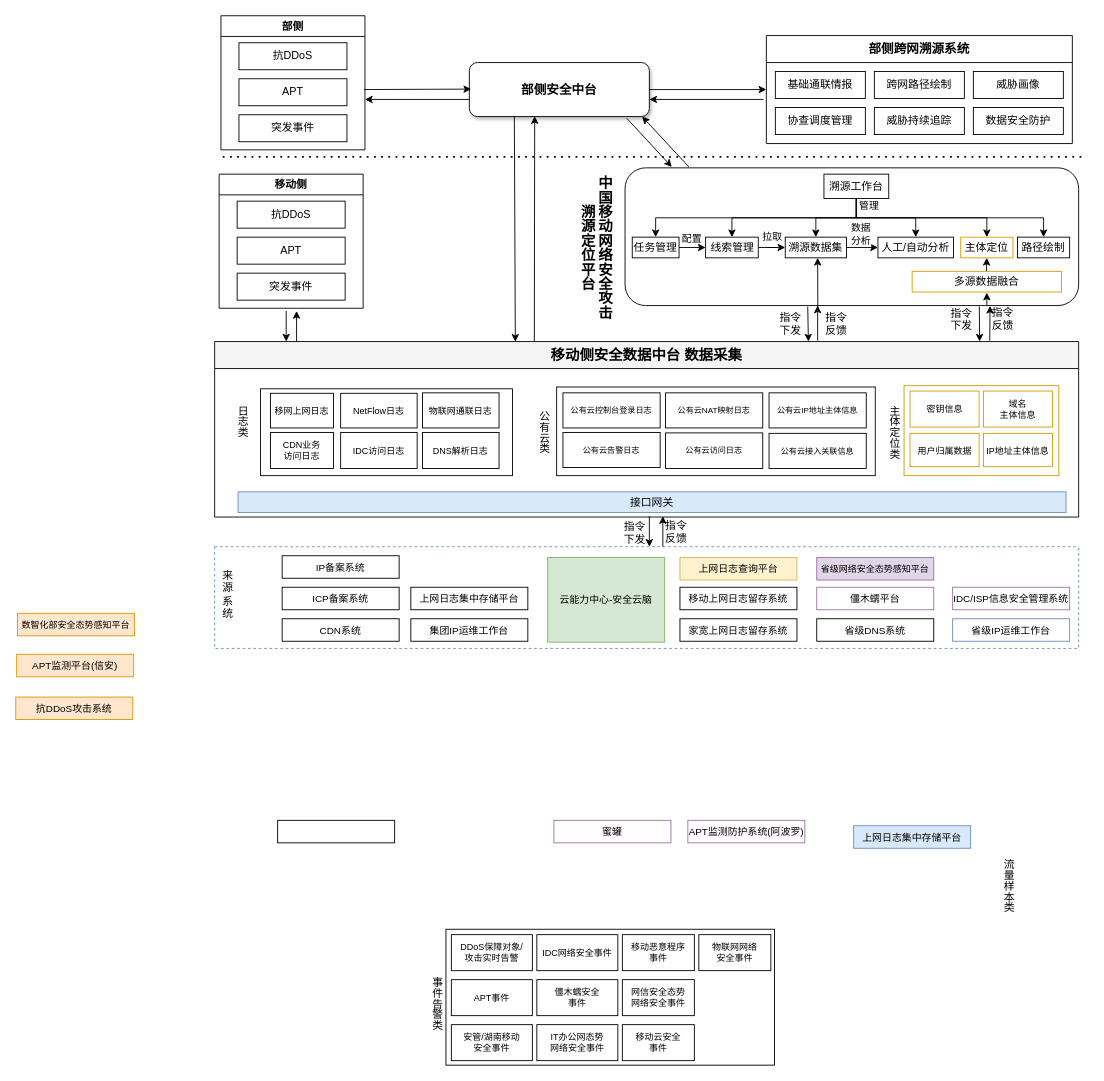
asdlijinquan/- keeps this draw.io diagram as page "第 6 页" (6 of 6) of JhbPpt.drawio. Above is the earlier version. Source tidied: cells renumbered, new cells numbered last; positions are measured from the earlier drawing's top-left corner, leaving out a move shared by most shapes. Both pictures are drawn from the tidied source at 90%, with x=0, y=0 at pixel (15, 15).
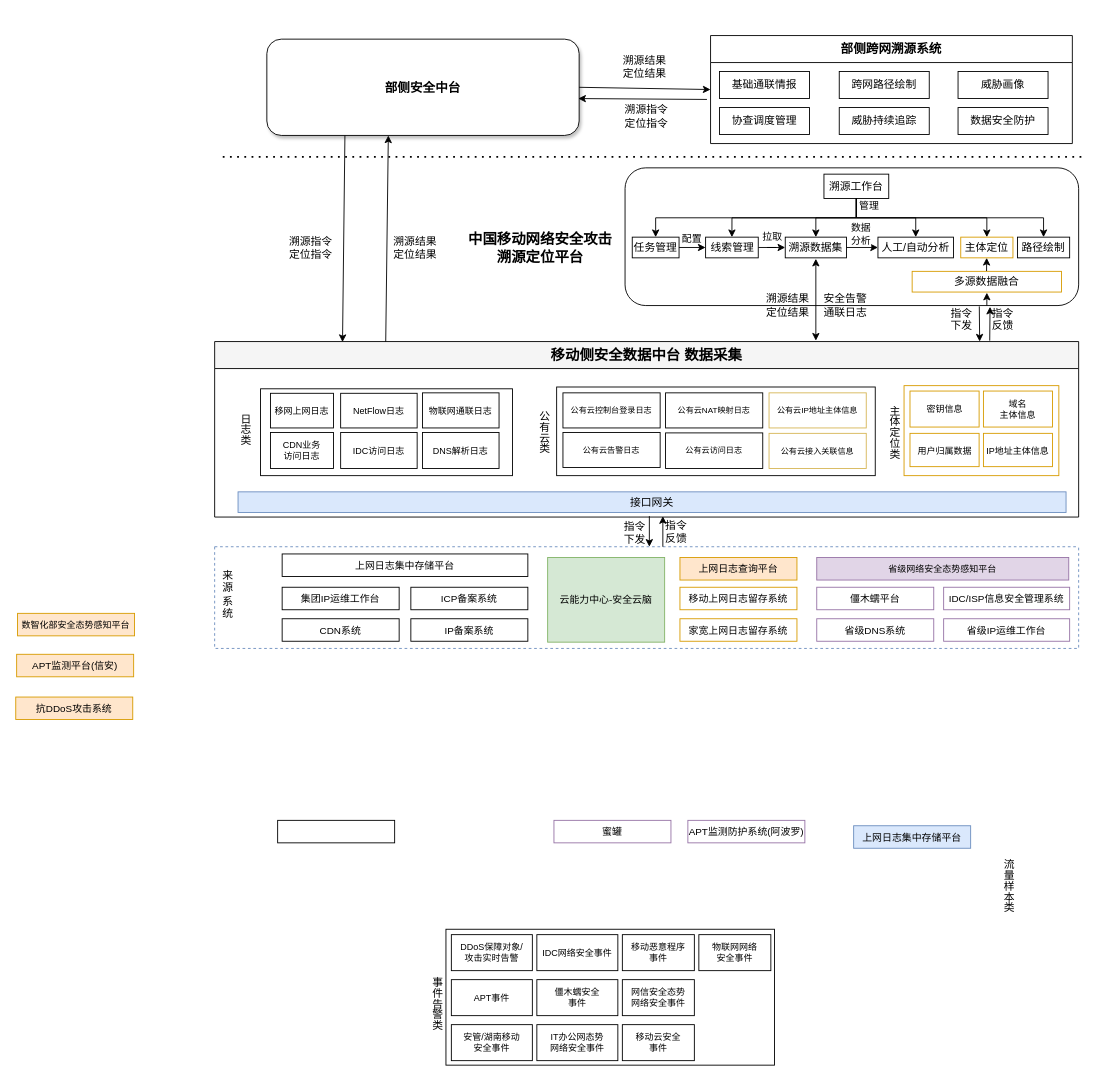
The same diagram, later.

The change refers to these unchanged cells:
```xml
<mxCell id="2" style="swimlane;whiteSpace=wrap;html=1;startSize=0;dashed=1;fillColor=none;strokeColor=#6c8ebf;" parent="1" vertex="1">
  <mxGeometry x="221" y="590" width="960" height="113" as="geometry" />
</mxCell>
<mxCell id="31" style="rounded=1;whiteSpace=wrap;html=1;fontSize=16;fontStyle=1;" parent="1" vertex="1">
  <mxGeometry x="677" y="169" width="504" height="153" as="geometry" />
</mxCell>
<mxCell id="32" value="移动侧安全数据中台    数据采集" style="swimlane;whiteSpace=wrap;html=1;startSize=30;fillColor=#f5f5f5;fontStyle=1;fontSize=16;align=center;" parent="1" vertex="1">
  <mxGeometry x="221" y="362" width="960" height="195" as="geometry" />
</mxCell>
```

Diff of the diagram source:
```diff
@@
-    <mxCell id="4" value="省级IP运维工作台" style="rounded=0;whiteSpace=wrap;html=1;fontSize=11;fillColor=none;strokeColor=#6c8ebf;" parent="2" vertex="1">
-      <mxGeometry x="820" y="80" width="130" height="25" as="geometry" />
+    <mxCell id="4" value="省级IP运维工作台" style="rounded=0;whiteSpace=wrap;html=1;fontSize=11;fillColor=none;strokeColor=#9673a6;" parent="2" vertex="1">
+      <mxGeometry x="810" y="80" width="140" height="25" as="geometry" />
     </mxCell>
     <mxCell id="5" value="IP备案系统" style="rounded=0;whiteSpace=wrap;html=1;fontSize=11;" parent="2" vertex="1">
-      <mxGeometry x="75" y="10" width="130" height="25" as="geometry" />
+      <mxGeometry x="218" y="80" width="130" height="25" as="geometry" />
     </mxCell>
@@
     <mxCell id="7" value="IDC/ISP信息安全管理系统" style="rounded=0;whiteSpace=wrap;html=1;fontSize=11;fillColor=none;strokeColor=#9673a6;" parent="2" vertex="1">
-      <mxGeometry x="820" y="45" width="130" height="25" as="geometry" />
+      <mxGeometry x="810" y="45" width="140" height="25" as="geometry" />
     </mxCell>
-    <mxCell id="8" value="上网日志查询平台" style="rounded=0;whiteSpace=wrap;html=1;fontSize=11;fillColor=#fff2cc;strokeColor=#d6b656;" parent="2" vertex="1">
+    <mxCell id="8" value="上网日志查询平台" style="rounded=0;whiteSpace=wrap;html=1;fontSize=11;fillColor=#ffe6cc;strokeColor=#d79b00;" parent="2" vertex="1">
       <mxGeometry x="517" y="12" width="130" height="25" as="geometry" />
     </mxCell>
     <mxCell id="9" value="集团IP运维工作台" style="rounded=0;whiteSpace=wrap;html=1;fontSize=11;" parent="2" vertex="1">
-      <mxGeometry x="218" y="80" width="130" height="25" as="geometry" />
+      <mxGeometry x="75" y="45" width="130" height="25" as="geometry" />
     </mxCell>
-    <mxCell id="10" value="移动上网日志留存系统" style="rounded=0;whiteSpace=wrap;html=1;fontSize=11;" parent="2" vertex="1">
+    <mxCell id="10" value="移动上网日志留存系统" style="rounded=0;whiteSpace=wrap;html=1;fontSize=11;fillColor=none;strokeColor=#d79b00;" parent="2" vertex="1">
       <mxGeometry x="517" y="45" width="130" height="25" as="geometry" />
     </mxCell>
-    <mxCell id="11" value="ICP备案系统" style="rounded=0;whiteSpace=wrap;html=1;fontSize=11;" parent="2" vertex="1">
-      <mxGeometry x="75" y="45" width="130" height="25" as="geometry" />
-    </mxCell>
@@
     <mxCell id="13" value="上网日志集中存储平台" style="rounded=0;whiteSpace=wrap;html=1;fontSize=11;" parent="2" vertex="1">
-      <mxGeometry x="218" y="45" width="130" height="25" as="geometry" />
+      <mxGeometry x="75" y="8" width="273" height="25" as="geometry" />
     </mxCell>
-    <mxCell id="14" value="家宽上网日志留存系统" style="rounded=0;whiteSpace=wrap;html=1;fontSize=11;" parent="2" vertex="1">
+    <mxCell id="14" value="家宽上网日志留存系统" style="rounded=0;whiteSpace=wrap;html=1;fontSize=11;fillColor=none;strokeColor=#d79b00;" parent="2" vertex="1">
       <mxGeometry x="517" y="80" width="130" height="25" as="geometry" />
     </mxCell>
@@
     <mxCell id="16" value="省级网络安全态势感知平台" style="rounded=0;whiteSpace=wrap;html=1;fontSize=10;fillColor=#e1d5e7;strokeColor=#9673a6;" parent="2" vertex="1">
-      <mxGeometry x="669" y="12" width="130" height="25" as="geometry" />
+      <mxGeometry x="669" y="12" width="280" height="25" as="geometry" />
     </mxCell>
-    <mxCell id="17" value="省级DNS系统" style="rounded=0;whiteSpace=wrap;html=1;fontSize=11;" parent="2" vertex="1">
+    <mxCell id="17" value="省级DNS系统" style="rounded=0;whiteSpace=wrap;html=1;fontSize=11;fillColor=none;strokeColor=#9673a6;" parent="2" vertex="1">
       <mxGeometry x="669" y="80" width="130" height="25" as="geometry" />
     </mxCell>
-    <mxCell id="18" value="部侧" style="swimlane;whiteSpace=wrap;html=1;startSize=23;" parent="1" vertex="1">
-      <mxGeometry x="228" width="160" height="149" as="geometry" />
-    </mxCell>
-    <mxCell id="19" value="抗DDoS" style="rounded=0;whiteSpace=wrap;html=1;" parent="18" vertex="1">
-      <mxGeometry x="20" y="30" width="120" height="30" as="geometry" />
-    </mxCell>
-    <mxCell id="20" value="APT" style="rounded=0;whiteSpace=wrap;html=1;" parent="18" vertex="1">
-      <mxGeometry x="20" y="70" width="120" height="30" as="geometry" />
-    </mxCell>
-    <mxCell id="21" value="突发事件" style="rounded=0;whiteSpace=wrap;html=1;" parent="18" vertex="1">
-      <mxGeometry x="20" y="110" width="120" height="30" as="geometry" />
-    </mxCell>
+    <mxCell id="11" value="ICP备案系统" style="rounded=0;whiteSpace=wrap;html=1;fontSize=11;" parent="2" vertex="1">
+      <mxGeometry x="218" y="45" width="130" height="25" as="geometry" />
+    </mxCell>
     <mxCell id="22" value="部侧安全中台" style="rounded=1;whiteSpace=wrap;html=1;shadow=1;fontStyle=1;fontSize=14;" parent="1" vertex="1">
-      <mxGeometry x="504" y="52" width="200" height="60" as="geometry" />
+      <mxGeometry x="279" y="26" width="347" height="107" as="geometry" />
     </mxCell>
     <mxCell id="23" value="部侧跨网溯源系统" style="swimlane;whiteSpace=wrap;html=1;startSize=30;fontSize=14;" parent="1" vertex="1">
-      <mxGeometry x="834" y="22" width="340" height="120" as="geometry" />
+      <mxGeometry x="772" y="22" width="402" height="120" as="geometry" />
     </mxCell>
@@
     <mxCell id="25" value="跨网路径绘制" style="rounded=0;whiteSpace=wrap;html=1;" parent="23" vertex="1">
-      <mxGeometry x="120" y="40" width="100" height="30" as="geometry" />
+      <mxGeometry x="143" y="40" width="100" height="30" as="geometry" />
     </mxCell>
     <mxCell id="26" value="威胁画像" style="rounded=0;whiteSpace=wrap;html=1;" parent="23" vertex="1">
-      <mxGeometry x="230" y="40" width="100" height="30" as="geometry" />
+      <mxGeometry x="275" y="40" width="100" height="30" as="geometry" />
     </mxCell>
@@
     <mxCell id="28" value="威胁持续追踪" style="rounded=0;whiteSpace=wrap;html=1;" parent="23" vertex="1">
-      <mxGeometry x="120" y="80" width="100" height="30" as="geometry" />
+      <mxGeometry x="143" y="80" width="100" height="30" as="geometry" />
     </mxCell>
     <mxCell id="29" value="数据安全防护" style="rounded=0;whiteSpace=wrap;html=1;" parent="23" vertex="1">
-      <mxGeometry x="230" y="80" width="100" height="30" as="geometry" />
+      <mxGeometry x="275" y="80" width="100" height="30" as="geometry" />
     </mxCell>
@@
-    <mxCell id="36" value="公有云IP地址主体信息" style="rounded=0;whiteSpace=wrap;html=1;fontSize=9;" parent="32" vertex="1">
+    <mxCell id="36" value="公有云IP地址主体信息" style="rounded=0;whiteSpace=wrap;html=1;fontSize=9;fillColor=none;strokeColor=#d6b656;" parent="32" vertex="1">
       <mxGeometry x="616" y="57" width="108" height="39" as="geometry" />
     </mxCell>
-    <mxCell id="37" value="公有云接入关联信息" style="rounded=0;whiteSpace=wrap;html=1;fontSize=9;" parent="32" vertex="1">
+    <mxCell id="37" value="公有云接入关联信息" style="rounded=0;whiteSpace=wrap;html=1;fontSize=9;fillColor=none;strokeColor=#d6b656;" parent="32" vertex="1">
       <mxGeometry x="616" y="102" width="108" height="39" as="geometry" />
     </mxCell>
@@
     <mxCell id="50" value="日志类" style="text;html=1;strokeColor=none;fillColor=none;align=center;verticalAlign=middle;whiteSpace=wrap;rounded=0;rotation=0;direction=south;textDirection=vertical-lr;" parent="32" vertex="1">
-      <mxGeometry x="19" y="57" width="22" height="64" as="geometry" />
+      <mxGeometry x="22" y="65.5" width="22" height="64" as="geometry" />
     </mxCell>
@@
-    <mxCell id="57" style="endArrow=none;startArrow=classic;html=1;entryX=0;entryY=0.5;endFill=0;" parent="1" edge="1">
-      <mxGeometry relative="1" as="geometry">
-        <mxPoint x="388" y="93" as="sourcePoint" />
-        <mxPoint x="504" y="93" as="targetPoint" />
-      </mxGeometry>
-    </mxCell>
@@
-    <mxCell id="59" style="endArrow=none;startArrow=classic;html=1;exitX=0.67;exitY=0;entryX=0.37;entryY=1.008;entryDx=0;entryDy=0;entryPerimeter=0;endFill=0;" parent="1" edge="1">
-      <mxGeometry relative="1" as="geometry">
-        <mxPoint x="880.7" y="362" as="sourcePoint" />
-        <mxPoint x="880" y="323.2" as="targetPoint" />
-      </mxGeometry>
-    </mxCell>
-    <mxCell id="60" value="&lt;span style=&quot;color: rgb(0, 0, 0); font-family: Helvetica; font-size: 16px; font-style: normal; font-variant-ligatures: normal; font-variant-caps: normal; font-weight: 700; letter-spacing: normal; orphans: 2; text-indent: 0px; text-transform: none; widows: 2; word-spacing: 0px; -webkit-text-stroke-width: 0px; white-space: normal; text-decoration-thickness: initial; text-decoration-style: initial; text-decoration-color: initial; float: none; display: inline !important;&quot;&gt;中国移动网络安全攻击溯源定位平台&lt;/span&gt;" style="text;whiteSpace=wrap;html=1;textDirection=vertical-rl;align=center;verticalAlign=middle;shadow=0;labelBackgroundColor=none;" parent="1" vertex="1">
-      <mxGeometry x="622" y="173.5" width="44" height="168" as="geometry" />
+    <mxCell id="60" value="&lt;span style=&quot;color: rgb(0, 0, 0); font-family: Helvetica; font-size: 16px; font-style: normal; font-variant-ligatures: normal; font-variant-caps: normal; font-weight: 700; letter-spacing: normal; orphans: 2; text-indent: 0px; text-transform: none; widows: 2; word-spacing: 0px; -webkit-text-stroke-width: 0px; white-space: normal; text-decoration-thickness: initial; text-decoration-style: initial; text-decoration-color: initial; float: none; display: inline !important;&quot;&gt;中国移动网络安全攻击溯源定位平台&lt;/span&gt;" style="text;whiteSpace=wrap;html=1;align=center;verticalAlign=middle;shadow=0;labelBackgroundColor=none;flipH=1;" parent="1" vertex="1">
+      <mxGeometry x="500" y="173.5" width="166" height="168" as="geometry" />
     </mxCell>
@@
-    <mxCell id="79" value="指令下发" style="text;whiteSpace=wrap;html=1;" parent="1" vertex="1">
-      <mxGeometry x="847" y="322" width="29.8" height="36" as="geometry" />
-    </mxCell>
@@
-    <mxCell id="81" style="endArrow=classic;html=1;rounded=0;" parent="1" edge="1">
-      <mxGeometry relative="1" as="geometry">
-        <mxPoint x="891" y="361" as="sourcePoint" />
-        <mxPoint x="891" y="322" as="targetPoint" />
-      </mxGeometry>
-    </mxCell>
-    <mxCell id="82" value="指令反馈" style="text;whiteSpace=wrap;html=1;" parent="1" vertex="1">
-      <mxGeometry x="898" y="322" width="29.8" height="36" as="geometry" />
-    </mxCell>
@@
     <mxCell id="84" value="指令反馈" style="text;whiteSpace=wrap;html=1;fontColor=light-dark(#000000,#EDEDED);" parent="1" vertex="1">
-      <mxGeometry x="1083.2" y="316" width="29.8" height="36" as="geometry" />
+      <mxGeometry x="1083.2" y="317" width="29.8" height="36" as="geometry" />
     </mxCell>
@@
-    <mxCell id="88" style="endArrow=classic;html=1;rounded=0;exitX=0.425;exitY=1.015;exitDx=0;exitDy=0;exitPerimeter=0;" parent="1" edge="1" source="31">
+    <mxCell id="88" style="endArrow=classic;html=1;rounded=0;startArrow=classic;startFill=1;" parent="1" edge="1">
       <mxGeometry relative="1" as="geometry">
-        <mxPoint x="891" y="269" as="targetPoint" />
+        <mxPoint x="889" y="361" as="sourcePoint" />
+        <mxPoint x="889" y="270" as="targetPoint" />
       </mxGeometry>
     </mxCell>
-    <mxCell id="89" style="endArrow=none;startArrow=classic;html=1;exitX=0.348;exitY=0.001;entryX=0.25;entryY=1;entryDx=0;entryDy=0;endFill=0;exitDx=0;exitDy=0;exitPerimeter=0;" parent="1" edge="1" source="32" target="22">
+    <mxCell id="89" style="endArrow=none;startArrow=classic;html=1;exitX=0.148;exitY=0.003;entryX=0.25;entryY=1;entryDx=0;entryDy=0;endFill=0;exitDx=0;exitDy=0;exitPerimeter=0;" parent="1" edge="1" source="32" target="22">
       <mxGeometry relative="1" as="geometry" />
     </mxCell>
-    <mxCell id="90" style="endArrow=classic;html=1;rounded=0;entryX=0.363;entryY=0.993;entryDx=0;entryDy=0;entryPerimeter=0;exitX=0.37;exitY=0.003;exitDx=0;exitDy=0;exitPerimeter=0;" parent="1" edge="1" source="32" target="22">
+    <mxCell id="90" style="endArrow=classic;html=1;rounded=0;exitX=0.198;exitY=0.001;exitDx=0;exitDy=0;exitPerimeter=0;entryX=0.389;entryY=1;entryDx=0;entryDy=0;entryPerimeter=0;" parent="1" edge="1" source="32" target="22">
       <mxGeometry relative="1" as="geometry" />
     </mxCell>
-    <mxCell id="91" style="endArrow=none;startArrow=classic;html=1;exitX=0.103;exitY=-0.007;endFill=0;exitDx=0;exitDy=0;exitPerimeter=0;" parent="1" edge="1" source="31">
-      <mxGeometry relative="1" as="geometry">
-        <mxPoint x="679" y="114" as="targetPoint" />
-      </mxGeometry>
-    </mxCell>
-    <mxCell id="92" style="endArrow=classic;html=1;rounded=0;entryX=0.96;entryY=1;entryDx=0;entryDy=0;entryPerimeter=0;" parent="1" edge="1" target="22">
-      <mxGeometry relative="1" as="geometry">
-        <mxPoint x="748" y="168" as="sourcePoint" />
-      </mxGeometry>
-    </mxCell>
@@
-    <mxCell id="95" style="endArrow=none;startArrow=classic;html=1;entryX=0.37;entryY=1.008;entryDx=0;entryDy=0;entryPerimeter=0;endFill=0;" parent="1" edge="1">
-      <mxGeometry relative="1" as="geometry">
-        <mxPoint x="300.5" y="362" as="sourcePoint" />
-        <mxPoint x="300.5" y="328" as="targetPoint" />
-      </mxGeometry>
-    </mxCell>
-    <mxCell id="96" style="endArrow=classic;html=1;rounded=0;" parent="1" edge="1">
-      <mxGeometry relative="1" as="geometry">
-        <mxPoint x="312" y="362" as="sourcePoint" />
-        <mxPoint x="312" y="328" as="targetPoint" />
-      </mxGeometry>
-    </mxCell>
-    <mxCell id="97" style="endArrow=none;startArrow=classic;html=1;endFill=0;" parent="1" edge="1">
+    <mxCell id="97" style="endArrow=none;startArrow=classic;html=1;endFill=0;exitX=0.997;exitY=0.617;exitDx=0;exitDy=0;exitPerimeter=0;" parent="1" edge="1" source="22">
       <mxGeometry relative="1" as="geometry">
-        <mxPoint x="704" y="93" as="sourcePoint" />
-        <mxPoint x="831" y="93" as="targetPoint" />
+        <mxPoint x="768" y="93" as="targetPoint" />
       </mxGeometry>
     </mxCell>
-    <mxCell id="98" style="endArrow=classic;startArrow=none;html=1;entryX=0;entryY=0.5;startFill=0;" parent="1" edge="1">
-      <mxGeometry relative="1" as="geometry">
-        <mxPoint x="387" y="82" as="sourcePoint" />
-        <mxPoint x="506" y="81.5" as="targetPoint" />
-      </mxGeometry>
-    </mxCell>
-    <mxCell id="99" value="移动侧" style="swimlane;whiteSpace=wrap;html=1;startSize=23;" parent="1" vertex="1">
-      <mxGeometry x="226" y="176" width="160" height="149" as="geometry" />
-    </mxCell>
-    <mxCell id="100" value="抗DDoS" style="rounded=0;whiteSpace=wrap;html=1;" parent="99" vertex="1">
-      <mxGeometry x="20" y="30" width="120" height="30" as="geometry" />
-    </mxCell>
-    <mxCell id="101" value="APT" style="rounded=0;whiteSpace=wrap;html=1;" parent="99" vertex="1">
-      <mxGeometry x="20" y="70" width="120" height="30" as="geometry" />
-    </mxCell>
-    <mxCell id="102" value="突发事件" style="rounded=0;whiteSpace=wrap;html=1;" parent="99" vertex="1">
-      <mxGeometry x="20" y="110" width="120" height="30" as="geometry" />
-    </mxCell>
@@
+    <mxCell id="125" value="溯源指令&lt;div&gt;定位指令&lt;/div&gt;" style="text;html=1;whiteSpace=wrap;strokeColor=none;fillColor=none;align=center;verticalAlign=middle;rounded=0;" parent="1" vertex="1">
+      <mxGeometry x="671" y="97" width="60" height="30" as="geometry" />
+    </mxCell>
+    <mxCell id="126" value="溯源结果&lt;div&gt;定位结果&lt;/div&gt;" style="text;html=1;whiteSpace=wrap;strokeColor=none;fillColor=none;align=center;verticalAlign=middle;rounded=0;" parent="1" vertex="1">
+      <mxGeometry x="669" y="42" width="60" height="30" as="geometry" />
+    </mxCell>
+    <mxCell id="127" value="溯源指令&lt;div&gt;定位指令&lt;/div&gt;" style="text;html=1;whiteSpace=wrap;strokeColor=none;fillColor=none;align=center;verticalAlign=middle;rounded=0;" parent="1" vertex="1">
+      <mxGeometry x="298" y="242.5" width="60" height="30" as="geometry" />
+    </mxCell>
+    <mxCell id="128" value="溯源结果&lt;div&gt;定位结果&lt;/div&gt;" style="text;html=1;whiteSpace=wrap;strokeColor=none;fillColor=none;align=center;verticalAlign=middle;rounded=0;" parent="1" vertex="1">
+      <mxGeometry x="414" y="242.5" width="60" height="30" as="geometry" />
+    </mxCell>
+    <mxCell id="129" value="溯源结果&lt;div&gt;定位结果&lt;/div&gt;" style="text;html=1;whiteSpace=wrap;strokeColor=none;fillColor=none;align=center;verticalAlign=middle;rounded=0;" parent="1" vertex="1">
+      <mxGeometry x="828" y="307" width="60" height="30" as="geometry" />
+    </mxCell>
+    <mxCell id="130" value="安全告警&lt;div&gt;通联日志&lt;/div&gt;" style="text;html=1;whiteSpace=wrap;strokeColor=none;fillColor=none;align=center;verticalAlign=middle;rounded=0;" parent="1" vertex="1">
+      <mxGeometry x="892" y="307" width="60" height="30" as="geometry" />
+    </mxCell>
```
